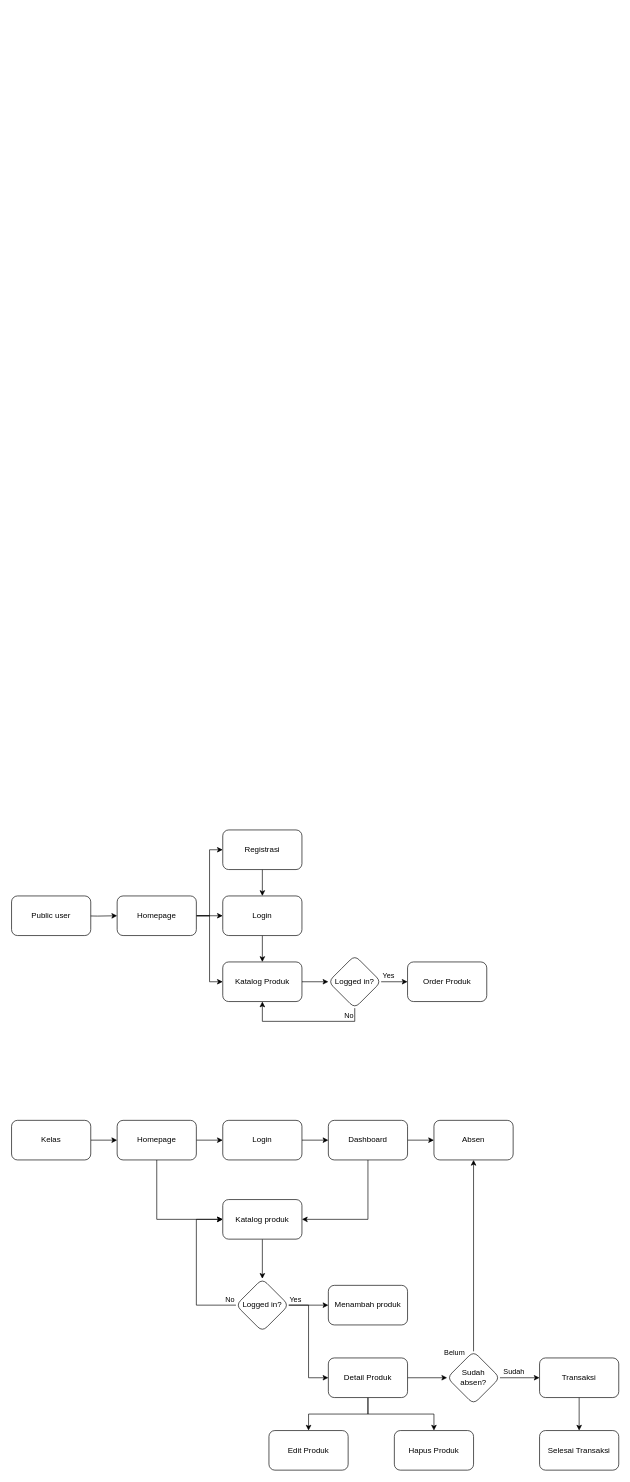
Above: Alur_KantinSPW.drawio in silvynrr/diagram-kantin-spw (draw.io), before the change. Source tidied: cells renumbered, new cells numbered last; positions are measured from the earlier drawing's top-left corner, leaving out a move shared by most shapes. Both pictures are drawn from the tidied source at 66%, with x=0, y=0 at pixel (11, 830).
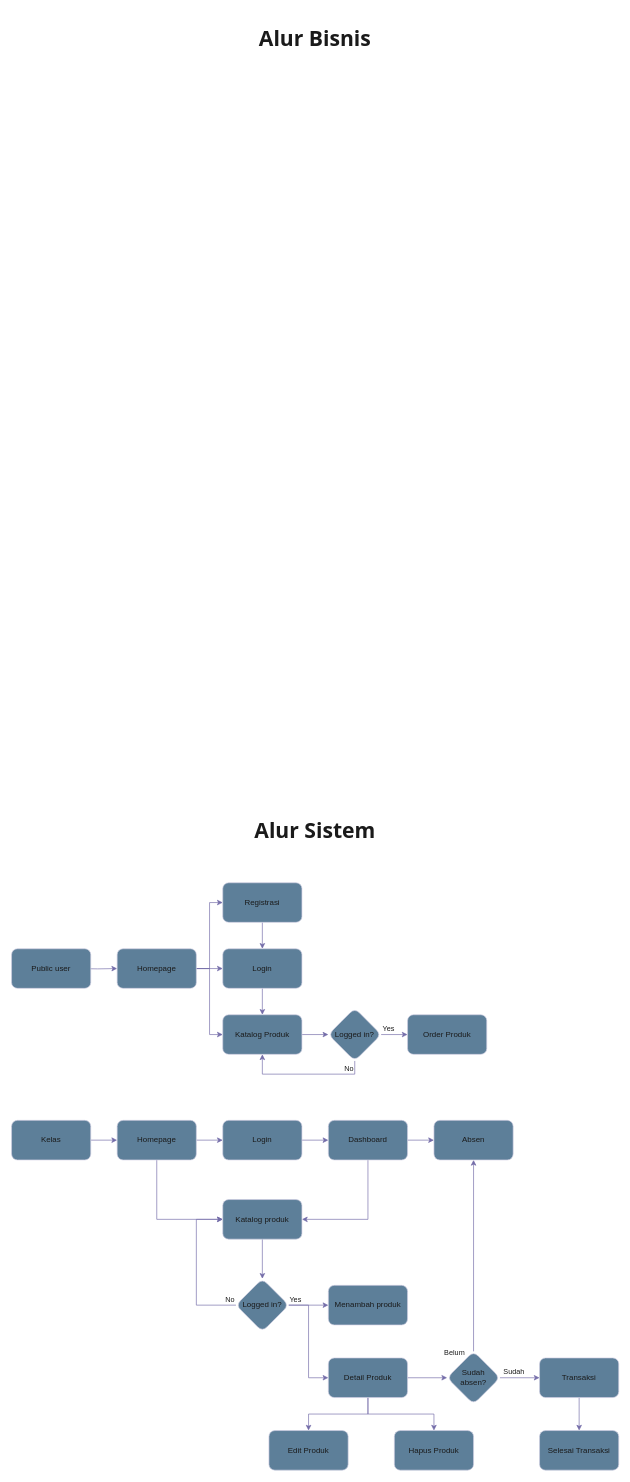
After the change.

The edit, as a diff of the source:
```diff
@@
-    <mxCell id="2" style="edgeStyle=orthogonalEdgeStyle;rounded=0;jettySize=auto;html=1;" parent="1" edge="1" target="7">
+    <mxCell id="2" style="edgeStyle=orthogonalEdgeStyle;rounded=0;jettySize=auto;html=1;labelBackgroundColor=none;strokeColor=#736CA8;fontColor=default;" parent="1" edge="1" target="7">
       <mxGeometry relative="1" as="geometry">
-        <mxPoint x="100" y="130" as="sourcePoint" />
+        <mxPoint x="100" y="210" as="sourcePoint" />
       </mxGeometry>
     </mxCell>
-    <mxCell id="3" value="Public user" style="rounded=1;whiteSpace=wrap;html=1;" parent="1" vertex="1">
-      <mxGeometry y="100" width="120" height="60" as="geometry" />
+    <mxCell id="3" value="Public user" style="rounded=1;whiteSpace=wrap;html=1;labelBackgroundColor=none;fillColor=#5D7F99;strokeColor=#D0CEE2;fontColor=#1A1A1A;" parent="1" vertex="1">
+      <mxGeometry y="180" width="120" height="60" as="geometry" />
     </mxCell>
-    <mxCell id="4" style="edgeStyle=orthogonalEdgeStyle;rounded=0;jettySize=auto;html=1;" parent="1" edge="1" source="7" target="9">
+    <mxCell id="4" style="edgeStyle=orthogonalEdgeStyle;rounded=0;jettySize=auto;html=1;labelBackgroundColor=none;strokeColor=#736CA8;fontColor=default;" parent="1" edge="1" source="7" target="9">
       <mxGeometry relative="1" as="geometry">
         <Array as="points">
-          <mxPoint x="300" y="130" />
-          <mxPoint x="300" y="230" />
+          <mxPoint x="300" y="210" />
+          <mxPoint x="300" y="310" />
         </Array>
       </mxGeometry>
     </mxCell>
-    <mxCell id="5" style="edgeStyle=orthogonalEdgeStyle;rounded=0;jettySize=auto;html=1;entryX=0;entryY=0.5;entryDx=0;entryDy=0;" parent="1" edge="1" source="7" target="11">
+    <mxCell id="5" style="edgeStyle=orthogonalEdgeStyle;rounded=0;jettySize=auto;html=1;entryX=0;entryY=0.5;entryDx=0;entryDy=0;labelBackgroundColor=none;strokeColor=#736CA8;fontColor=default;" parent="1" edge="1" source="7" target="11">
       <mxGeometry relative="1" as="geometry" />
     </mxCell>
-    <mxCell id="6" style="edgeStyle=orthogonalEdgeStyle;rounded=0;jettySize=auto;html=1;entryX=0;entryY=0.5;entryDx=0;entryDy=0;" parent="1" edge="1" source="7" target="13">
+    <mxCell id="6" style="edgeStyle=orthogonalEdgeStyle;rounded=0;jettySize=auto;html=1;entryX=0;entryY=0.5;entryDx=0;entryDy=0;labelBackgroundColor=none;strokeColor=#736CA8;fontColor=default;" parent="1" edge="1" source="7" target="13">
       <mxGeometry relative="1" as="geometry" />
     </mxCell>
-    <mxCell id="7" value="Homepage" style="whiteSpace=wrap;html=1;rounded=1;" parent="1" vertex="1">
-      <mxGeometry x="160" y="100" width="120" height="60" as="geometry" />
+    <mxCell id="7" value="Homepage" style="whiteSpace=wrap;html=1;rounded=1;labelBackgroundColor=none;fillColor=#5D7F99;strokeColor=#D0CEE2;fontColor=#1A1A1A;" parent="1" vertex="1">
+      <mxGeometry x="160" y="180" width="120" height="60" as="geometry" />
     </mxCell>
-    <mxCell id="8" style="edgeStyle=orthogonalEdgeStyle;rounded=0;jettySize=auto;html=1;" parent="1" edge="1" source="9" target="18">
+    <mxCell id="8" style="edgeStyle=orthogonalEdgeStyle;rounded=0;jettySize=auto;html=1;labelBackgroundColor=none;strokeColor=#736CA8;fontColor=default;" parent="1" edge="1" source="9" target="18">
       <mxGeometry relative="1" as="geometry" />
     </mxCell>
-    <mxCell id="9" value="Katalog Produk" style="whiteSpace=wrap;html=1;rounded=1;" parent="1" vertex="1">
-      <mxGeometry x="320" y="200" width="120" height="60" as="geometry" />
+    <mxCell id="9" value="Katalog Produk" style="whiteSpace=wrap;html=1;rounded=1;labelBackgroundColor=none;fillColor=#5D7F99;strokeColor=#D0CEE2;fontColor=#1A1A1A;" parent="1" vertex="1">
+      <mxGeometry x="320" y="280" width="120" height="60" as="geometry" />
     </mxCell>
-    <mxCell id="10" style="edgeStyle=orthogonalEdgeStyle;rounded=0;jettySize=auto;html=1;" parent="1" edge="1" source="11" target="13">
+    <mxCell id="10" style="edgeStyle=orthogonalEdgeStyle;rounded=0;jettySize=auto;html=1;labelBackgroundColor=none;strokeColor=#736CA8;fontColor=default;" parent="1" edge="1" source="11" target="13">
       <mxGeometry relative="1" as="geometry" />
     </mxCell>
-    <mxCell id="11" value="Registrasi" style="whiteSpace=wrap;html=1;rounded=1;" parent="1" vertex="1">
-      <mxGeometry x="320" width="120" height="60" as="geometry" />
+    <mxCell id="11" value="Registrasi" style="whiteSpace=wrap;html=1;rounded=1;labelBackgroundColor=none;fillColor=#5D7F99;strokeColor=#D0CEE2;fontColor=#1A1A1A;" parent="1" vertex="1">
+      <mxGeometry x="320" y="80" width="120" height="60" as="geometry" />
     </mxCell>
-    <mxCell id="12" style="edgeStyle=orthogonalEdgeStyle;rounded=0;jettySize=auto;html=1;" parent="1" edge="1" source="13" target="9">
+    <mxCell id="12" style="edgeStyle=orthogonalEdgeStyle;rounded=0;jettySize=auto;html=1;labelBackgroundColor=none;strokeColor=#736CA8;fontColor=default;" parent="1" edge="1" source="13" target="9">
       <mxGeometry relative="1" as="geometry" />
     </mxCell>
-    <mxCell id="13" value="Login" style="whiteSpace=wrap;html=1;rounded=1;" parent="1" vertex="1">
-      <mxGeometry x="320" y="100" width="120" height="60" as="geometry" />
+    <mxCell id="13" value="Login" style="whiteSpace=wrap;html=1;rounded=1;labelBackgroundColor=none;fillColor=#5D7F99;strokeColor=#D0CEE2;fontColor=#1A1A1A;" parent="1" vertex="1">
+      <mxGeometry x="320" y="180" width="120" height="60" as="geometry" />
     </mxCell>
-    <mxCell id="14" style="edgeStyle=orthogonalEdgeStyle;rounded=0;jettySize=auto;html=1;" parent="1" edge="1" source="18" target="19">
+    <mxCell id="14" style="edgeStyle=orthogonalEdgeStyle;rounded=0;jettySize=auto;html=1;labelBackgroundColor=none;strokeColor=#736CA8;fontColor=default;" parent="1" edge="1" source="18" target="19">
       <mxGeometry relative="1" as="geometry" />
     </mxCell>
-    <mxCell id="15" value="Yes" style="edgeLabel;html=1;align=center;verticalAlign=middle;" parent="14" vertex="1">
+    <mxCell id="15" value="Yes" style="edgeLabel;html=1;align=center;verticalAlign=middle;labelBackgroundColor=none;fontColor=#1A1A1A;" parent="14" vertex="1">
       <mxGeometry x="-0.31" y="1" relative="1" as="geometry">
         <mxPoint x="-4" y="-9" as="offset" />
       </mxGeometry>
     </mxCell>
-    <mxCell id="16" style="edgeStyle=orthogonalEdgeStyle;rounded=0;jettySize=auto;html=1;" parent="1" edge="1" source="18" target="9">
+    <mxCell id="16" style="edgeStyle=orthogonalEdgeStyle;rounded=0;jettySize=auto;html=1;labelBackgroundColor=none;strokeColor=#736CA8;fontColor=default;" parent="1" edge="1" source="18" target="9">
       <mxGeometry relative="1" as="geometry">
         <Array as="points">
-          <mxPoint x="520" y="290" />
-          <mxPoint x="380" y="290" />
+          <mxPoint x="520" y="370" />
+          <mxPoint x="380" y="370" />
         </Array>
       </mxGeometry>
     </mxCell>
-    <mxCell id="17" value="No" style="edgeLabel;html=1;align=center;verticalAlign=middle;" parent="16" vertex="1">
+    <mxCell id="17" value="No" style="edgeLabel;html=1;align=center;verticalAlign=middle;labelBackgroundColor=none;fontColor=#1A1A1A;" parent="16" vertex="1">
       <mxGeometry x="-0.91" y="-1" relative="1" as="geometry">
         <mxPoint x="-9" y="1" as="offset" />
       </mxGeometry>
     </mxCell>
-    <mxCell id="18" value="Logged in?" style="rhombus;whiteSpace=wrap;html=1;rounded=1;" parent="1" vertex="1">
-      <mxGeometry x="480" y="190" width="80" height="80" as="geometry" />
+    <mxCell id="18" value="Logged in?" style="rhombus;whiteSpace=wrap;html=1;rounded=1;labelBackgroundColor=none;fillColor=#5D7F99;strokeColor=#D0CEE2;fontColor=#1A1A1A;" parent="1" vertex="1">
+      <mxGeometry x="480" y="270" width="80" height="80" as="geometry" />
     </mxCell>
-    <mxCell id="19" value="Order Produk" style="whiteSpace=wrap;html=1;rounded=1;" parent="1" vertex="1">
-      <mxGeometry x="600" y="200" width="120" height="60" as="geometry" />
+    <mxCell id="19" value="Order Produk" style="whiteSpace=wrap;html=1;rounded=1;labelBackgroundColor=none;fillColor=#5D7F99;strokeColor=#D0CEE2;fontColor=#1A1A1A;" parent="1" vertex="1">
+      <mxGeometry x="600" y="280" width="120" height="60" as="geometry" />
     </mxCell>
-    <mxCell id="20" style="edgeStyle=orthogonalEdgeStyle;rounded=0;jettySize=auto;html=1;" parent="1" edge="1" source="21" target="24">
+    <mxCell id="20" style="edgeStyle=orthogonalEdgeStyle;rounded=0;jettySize=auto;html=1;labelBackgroundColor=none;strokeColor=#736CA8;fontColor=default;" parent="1" edge="1" source="21" target="24">
       <mxGeometry relative="1" as="geometry" />
     </mxCell>
-    <mxCell id="21" value="Kelas" style="rounded=1;whiteSpace=wrap;html=1;" parent="1" vertex="1">
+    <mxCell id="21" value="Kelas" style="rounded=1;whiteSpace=wrap;html=1;labelBackgroundColor=none;fillColor=#5D7F99;strokeColor=#D0CEE2;fontColor=#1A1A1A;" parent="1" vertex="1">
       <mxGeometry y="440" width="120" height="60" as="geometry" />
     </mxCell>
-    <mxCell id="22" style="edgeStyle=orthogonalEdgeStyle;rounded=0;jettySize=auto;html=1;" parent="1" edge="1" source="24" target="26">
+    <mxCell id="22" style="edgeStyle=orthogonalEdgeStyle;rounded=0;jettySize=auto;html=1;labelBackgroundColor=none;strokeColor=#736CA8;fontColor=default;" parent="1" edge="1" source="24" target="26">
       <mxGeometry relative="1" as="geometry" />
     </mxCell>
-    <mxCell id="23" style="edgeStyle=orthogonalEdgeStyle;rounded=0;jettySize=auto;html=1;" parent="1" edge="1" source="24" target="31">
+    <mxCell id="23" style="edgeStyle=orthogonalEdgeStyle;rounded=0;jettySize=auto;html=1;labelBackgroundColor=none;strokeColor=#736CA8;fontColor=default;" parent="1" edge="1" source="24" target="31">
       <mxGeometry relative="1" as="geometry">
         <Array as="points">
           <mxPoint x="220" y="590" />
         </Array>
       </mxGeometry>
     </mxCell>
-    <mxCell id="24" value="Homepage" style="rounded=1;whiteSpace=wrap;html=1;" parent="1" vertex="1">
+    <mxCell id="24" value="Homepage" style="rounded=1;whiteSpace=wrap;html=1;labelBackgroundColor=none;fillColor=#5D7F99;strokeColor=#D0CEE2;fontColor=#1A1A1A;" parent="1" vertex="1">
       <mxGeometry x="160" y="440" width="120" height="60" as="geometry" />
     </mxCell>
-    <mxCell id="25" style="edgeStyle=orthogonalEdgeStyle;rounded=0;jettySize=auto;html=1;" parent="1" edge="1" source="26" target="29">
+    <mxCell id="25" style="edgeStyle=orthogonalEdgeStyle;rounded=0;jettySize=auto;html=1;labelBackgroundColor=none;strokeColor=#736CA8;fontColor=default;" parent="1" edge="1" source="26" target="29">
       <mxGeometry relative="1" as="geometry" />
     </mxCell>
-    <mxCell id="26" value="Login" style="rounded=1;whiteSpace=wrap;html=1;" parent="1" vertex="1">
+    <mxCell id="26" value="Login" style="rounded=1;whiteSpace=wrap;html=1;labelBackgroundColor=none;fillColor=#5D7F99;strokeColor=#D0CEE2;fontColor=#1A1A1A;" parent="1" vertex="1">
       <mxGeometry x="320" y="440" width="120" height="60" as="geometry" />
     </mxCell>
-    <mxCell id="27" style="edgeStyle=orthogonalEdgeStyle;rounded=0;jettySize=auto;html=1;" parent="1" edge="1" source="29" target="31">
+    <mxCell id="27" style="edgeStyle=orthogonalEdgeStyle;rounded=0;jettySize=auto;html=1;labelBackgroundColor=none;strokeColor=#736CA8;fontColor=default;" parent="1" edge="1" source="29" target="31">
       <mxGeometry relative="1" as="geometry">
         <Array as="points">
           <mxPoint x="540" y="590" />
         </Array>
       </mxGeometry>
     </mxCell>
-    <mxCell id="28" style="edgeStyle=orthogonalEdgeStyle;rounded=0;jettySize=auto;html=1;" parent="1" edge="1" source="29" target="48">
+    <mxCell id="28" style="edgeStyle=orthogonalEdgeStyle;rounded=0;jettySize=auto;html=1;labelBackgroundColor=none;strokeColor=#736CA8;fontColor=default;" parent="1" edge="1" source="29" target="48">
       <mxGeometry relative="1" as="geometry" />
     </mxCell>
-    <mxCell id="29" value="Dashboard" style="rounded=1;whiteSpace=wrap;html=1;" parent="1" vertex="1">
+    <mxCell id="29" value="Dashboard" style="rounded=1;whiteSpace=wrap;html=1;labelBackgroundColor=none;fillColor=#5D7F99;strokeColor=#D0CEE2;fontColor=#1A1A1A;" parent="1" vertex="1">
       <mxGeometry x="480" y="440" width="120" height="60" as="geometry" />
     </mxCell>
-    <mxCell id="30" style="edgeStyle=orthogonalEdgeStyle;rounded=0;jettySize=auto;html=1;" parent="1" edge="1" source="31" target="37">
+    <mxCell id="30" style="edgeStyle=orthogonalEdgeStyle;rounded=0;jettySize=auto;html=1;labelBackgroundColor=none;strokeColor=#736CA8;fontColor=default;" parent="1" edge="1" source="31" target="37">
       <mxGeometry relative="1" as="geometry" />
     </mxCell>
-    <mxCell id="31" value="Katalog produk" style="whiteSpace=wrap;html=1;rounded=1;" parent="1" vertex="1">
+    <mxCell id="31" value="Katalog produk" style="whiteSpace=wrap;html=1;rounded=1;labelBackgroundColor=none;fillColor=#5D7F99;strokeColor=#D0CEE2;fontColor=#1A1A1A;" parent="1" vertex="1">
       <mxGeometry x="320" y="560" width="120" height="60" as="geometry" />
     </mxCell>
-    <mxCell id="32" style="edgeStyle=orthogonalEdgeStyle;rounded=0;jettySize=auto;html=1;" parent="1" edge="1" source="37" target="31">
+    <mxCell id="32" style="edgeStyle=orthogonalEdgeStyle;rounded=0;jettySize=auto;html=1;labelBackgroundColor=none;strokeColor=#736CA8;fontColor=default;" parent="1" edge="1" source="37" target="31">
       <mxGeometry relative="1" as="geometry">
         <Array as="points">
           <mxPoint x="280" y="720" />
           <mxPoint x="280" y="590" />
         </Array>
       </mxGeometry>
     </mxCell>
-    <mxCell id="33" value="No" style="edgeLabel;html=1;align=center;verticalAlign=middle;" parent="32" vertex="1">
+    <mxCell id="33" value="No" style="edgeLabel;html=1;align=center;verticalAlign=middle;labelBackgroundColor=none;fontColor=#1A1A1A;" parent="32" vertex="1">
       <mxGeometry x="-0.85" y="-1" relative="1" as="geometry">
         <mxPoint x="7" y="-9" as="offset" />
       </mxGeometry>
     </mxCell>
-    <mxCell id="34" style="edgeStyle=orthogonalEdgeStyle;rounded=0;jettySize=auto;html=1;" parent="1" edge="1" source="37" target="38">
+    <mxCell id="34" style="edgeStyle=orthogonalEdgeStyle;rounded=0;jettySize=auto;html=1;labelBackgroundColor=none;strokeColor=#736CA8;fontColor=default;" parent="1" edge="1" source="37" target="38">
       <mxGeometry relative="1" as="geometry" />
     </mxCell>
-    <mxCell id="35" value="Yes" style="edgeLabel;html=1;align=center;verticalAlign=middle;" parent="34" vertex="1">
+    <mxCell id="35" value="Yes" style="edgeLabel;html=1;align=center;verticalAlign=middle;labelBackgroundColor=none;fontColor=#1A1A1A;" parent="34" vertex="1">
       <mxGeometry x="-0.42" relative="1" as="geometry">
         <mxPoint x="-8" y="-10" as="offset" />
       </mxGeometry>
     </mxCell>
-    <mxCell id="36" style="edgeStyle=orthogonalEdgeStyle;rounded=0;jettySize=auto;html=1;" parent="1" edge="1" source="37" target="42">
+    <mxCell id="36" style="edgeStyle=orthogonalEdgeStyle;rounded=0;jettySize=auto;html=1;labelBackgroundColor=none;strokeColor=#736CA8;fontColor=default;" parent="1" edge="1" source="37" target="42">
       <mxGeometry relative="1" as="geometry">
         <Array as="points">
           <mxPoint x="450" y="720" />
           <mxPoint x="450" y="830" />
         </Array>
       </mxGeometry>
     </mxCell>
-    <mxCell id="37" value="Logged in?" style="rhombus;whiteSpace=wrap;html=1;rounded=1;" parent="1" vertex="1">
+    <mxCell id="37" value="Logged in?" style="rhombus;whiteSpace=wrap;html=1;rounded=1;labelBackgroundColor=none;fillColor=#5D7F99;strokeColor=#D0CEE2;fontColor=#1A1A1A;" parent="1" vertex="1">
       <mxGeometry x="340" y="680" width="80" height="80" as="geometry" />
     </mxCell>
-    <mxCell id="38" value="Menambah produk" style="whiteSpace=wrap;html=1;rounded=1;" parent="1" vertex="1">
+    <mxCell id="38" value="Menambah produk" style="whiteSpace=wrap;html=1;rounded=1;labelBackgroundColor=none;fillColor=#5D7F99;strokeColor=#D0CEE2;fontColor=#1A1A1A;" parent="1" vertex="1">
       <mxGeometry x="480" y="690" width="120" height="60" as="geometry" />
     </mxCell>
-    <mxCell id="39" style="edgeStyle=orthogonalEdgeStyle;rounded=0;jettySize=auto;html=1;" parent="1" edge="1" source="42" target="47">
+    <mxCell id="39" style="edgeStyle=orthogonalEdgeStyle;rounded=0;jettySize=auto;html=1;labelBackgroundColor=none;strokeColor=#736CA8;fontColor=default;" parent="1" edge="1" source="42" target="47">
       <mxGeometry relative="1" as="geometry" />
     </mxCell>
-    <mxCell id="40" style="edgeStyle=orthogonalEdgeStyle;rounded=0;jettySize=auto;html=1;" parent="1" edge="1" source="42" target="51">
+    <mxCell id="40" style="edgeStyle=orthogonalEdgeStyle;rounded=0;jettySize=auto;html=1;labelBackgroundColor=none;strokeColor=#736CA8;fontColor=default;" parent="1" edge="1" source="42" target="51">
       <mxGeometry relative="1" as="geometry" />
     </mxCell>
-    <mxCell id="41" style="edgeStyle=orthogonalEdgeStyle;rounded=0;jettySize=auto;html=1;" parent="1" edge="1" source="42" target="52">
+    <mxCell id="41" style="edgeStyle=orthogonalEdgeStyle;rounded=0;jettySize=auto;html=1;labelBackgroundColor=none;strokeColor=#736CA8;fontColor=default;" parent="1" edge="1" source="42" target="52">
       <mxGeometry relative="1" as="geometry" />
     </mxCell>
-    <mxCell id="42" value="Detail Produk" style="whiteSpace=wrap;html=1;rounded=1;" parent="1" vertex="1">
+    <mxCell id="42" value="Detail Produk" style="whiteSpace=wrap;html=1;rounded=1;labelBackgroundColor=none;fillColor=#5D7F99;strokeColor=#D0CEE2;fontColor=#1A1A1A;" parent="1" vertex="1">
       <mxGeometry x="480" y="800" width="120" height="60" as="geometry" />
     </mxCell>
-    <mxCell id="43" style="edgeStyle=orthogonalEdgeStyle;rounded=0;jettySize=auto;html=1;" parent="1" edge="1" source="47" target="48">
+    <mxCell id="43" style="edgeStyle=orthogonalEdgeStyle;rounded=0;jettySize=auto;html=1;labelBackgroundColor=none;strokeColor=#736CA8;fontColor=default;" parent="1" edge="1" source="47" target="48">
       <mxGeometry relative="1" as="geometry" />
     </mxCell>
-    <mxCell id="44" value="Belum" style="edgeLabel;html=1;align=center;verticalAlign=middle;" parent="43" vertex="1">
+    <mxCell id="44" value="Belum" style="edgeLabel;html=1;align=center;verticalAlign=middle;labelBackgroundColor=none;fontColor=#1A1A1A;" parent="43" vertex="1">
       <mxGeometry x="-0.86" y="1" relative="1" as="geometry">
         <mxPoint x="-29" y="21" as="offset" />
       </mxGeometry>
     </mxCell>
-    <mxCell id="45" style="edgeStyle=orthogonalEdgeStyle;rounded=0;jettySize=auto;html=1;" parent="1" edge="1" source="47" target="50">
+    <mxCell id="45" style="edgeStyle=orthogonalEdgeStyle;rounded=0;jettySize=auto;html=1;labelBackgroundColor=none;strokeColor=#736CA8;fontColor=default;" parent="1" edge="1" source="47" target="50">
       <mxGeometry relative="1" as="geometry" />
     </mxCell>
-    <mxCell id="46" value="Sudah" style="edgeLabel;html=1;align=center;verticalAlign=middle;" parent="45" vertex="1">
+    <mxCell id="46" value="Sudah" style="edgeLabel;html=1;align=center;verticalAlign=middle;labelBackgroundColor=none;fontColor=#1A1A1A;" parent="45" vertex="1">
       <mxGeometry x="-0.34" y="2" relative="1" as="geometry">
         <mxPoint y="-8" as="offset" />
       </mxGeometry>
     </mxCell>
-    <mxCell id="47" value="Sudah&lt;div&gt;absen?&lt;/div&gt;" style="rhombus;whiteSpace=wrap;html=1;rounded=1;" parent="1" vertex="1">
+    <mxCell id="47" value="Sudah&lt;div&gt;absen?&lt;/div&gt;" style="rhombus;whiteSpace=wrap;html=1;rounded=1;labelBackgroundColor=none;fillColor=#5D7F99;strokeColor=#D0CEE2;fontColor=#1A1A1A;" parent="1" vertex="1">
       <mxGeometry x="660" y="790" width="80" height="80" as="geometry" />
     </mxCell>
-    <mxCell id="48" value="Absen" style="rounded=1;whiteSpace=wrap;html=1;" parent="1" vertex="1">
+    <mxCell id="48" value="Absen" style="rounded=1;whiteSpace=wrap;html=1;labelBackgroundColor=none;fillColor=#5D7F99;strokeColor=#D0CEE2;fontColor=#1A1A1A;" parent="1" vertex="1">
       <mxGeometry x="640" y="440" width="120" height="60" as="geometry" />
     </mxCell>
-    <mxCell id="49" style="edgeStyle=orthogonalEdgeStyle;rounded=0;jettySize=auto;html=1;" parent="1" edge="1" source="50" target="53">
+    <mxCell id="49" style="edgeStyle=orthogonalEdgeStyle;rounded=0;jettySize=auto;html=1;labelBackgroundColor=none;strokeColor=#736CA8;fontColor=default;" parent="1" edge="1" source="50" target="53">
       <mxGeometry relative="1" as="geometry" />
     </mxCell>
-    <mxCell id="50" value="Transaksi" style="whiteSpace=wrap;html=1;rounded=1;" parent="1" vertex="1">
+    <mxCell id="50" value="Transaksi" style="whiteSpace=wrap;html=1;rounded=1;labelBackgroundColor=none;fillColor=#5D7F99;strokeColor=#D0CEE2;fontColor=#1A1A1A;" parent="1" vertex="1">
       <mxGeometry x="800" y="800" width="120" height="60" as="geometry" />
     </mxCell>
-    <mxCell id="51" value="Edit Produk" style="whiteSpace=wrap;html=1;rounded=1;" parent="1" vertex="1">
+    <mxCell id="51" value="Edit Produk" style="whiteSpace=wrap;html=1;rounded=1;labelBackgroundColor=none;fillColor=#5D7F99;strokeColor=#D0CEE2;fontColor=#1A1A1A;" parent="1" vertex="1">
       <mxGeometry x="390" y="910" width="120" height="60" as="geometry" />
     </mxCell>
-    <mxCell id="52" value="Hapus Produk" style="whiteSpace=wrap;html=1;rounded=1;" parent="1" vertex="1">
+    <mxCell id="52" value="Hapus Produk" style="whiteSpace=wrap;html=1;rounded=1;labelBackgroundColor=none;fillColor=#5D7F99;strokeColor=#D0CEE2;fontColor=#1A1A1A;" parent="1" vertex="1">
       <mxGeometry x="580" y="910" width="120" height="60" as="geometry" />
     </mxCell>
-    <mxCell id="53" value="Selesai Transaksi" style="whiteSpace=wrap;html=1;rounded=1;" parent="1" vertex="1">
+    <mxCell id="53" value="Selesai Transaksi" style="whiteSpace=wrap;html=1;rounded=1;labelBackgroundColor=none;fillColor=#5D7F99;strokeColor=#D0CEE2;fontColor=#1A1A1A;" parent="1" vertex="1">
       <mxGeometry x="800" y="910" width="120" height="60" as="geometry" />
     </mxCell>
+    <mxCell id="54" value="Alur Sistem" style="text;html=1;align=center;verticalAlign=middle;whiteSpace=wrap;rounded=0;fontColor=#1A1A1A;labelBackgroundColor=none;fontSize=32;fontStyle=1;fontFamily=Tahoma;" parent="1" vertex="1">
+      <mxGeometry y="-40" width="920" height="80" as="geometry" />
+    </mxCell>
+    <mxCell id="55" value="Alur Bisnis" style="text;html=1;align=center;verticalAlign=middle;whiteSpace=wrap;rounded=0;fontColor=#1A1A1A;labelBackgroundColor=none;fontSize=32;fontStyle=1;fontFamily=Tahoma;" parent="1" vertex="1">
+      <mxGeometry y="-1240" width="920" height="80" as="geometry" />
+    </mxCell>
```
